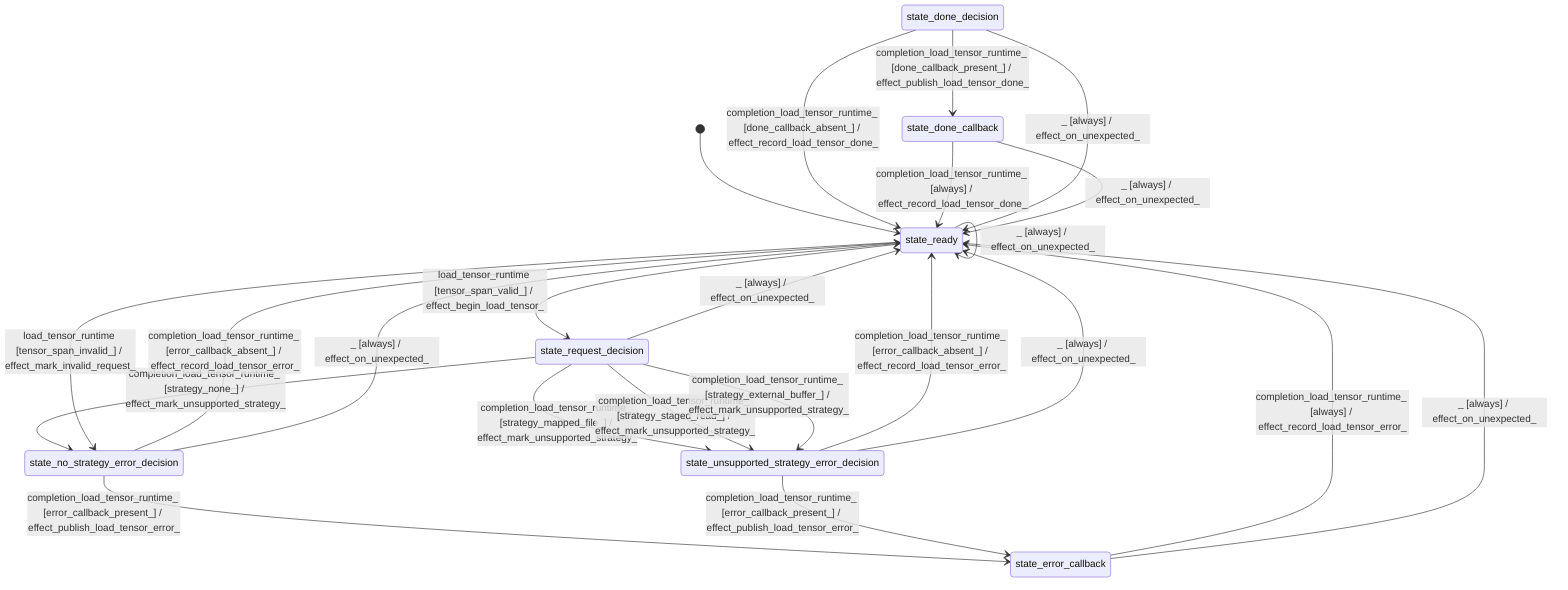
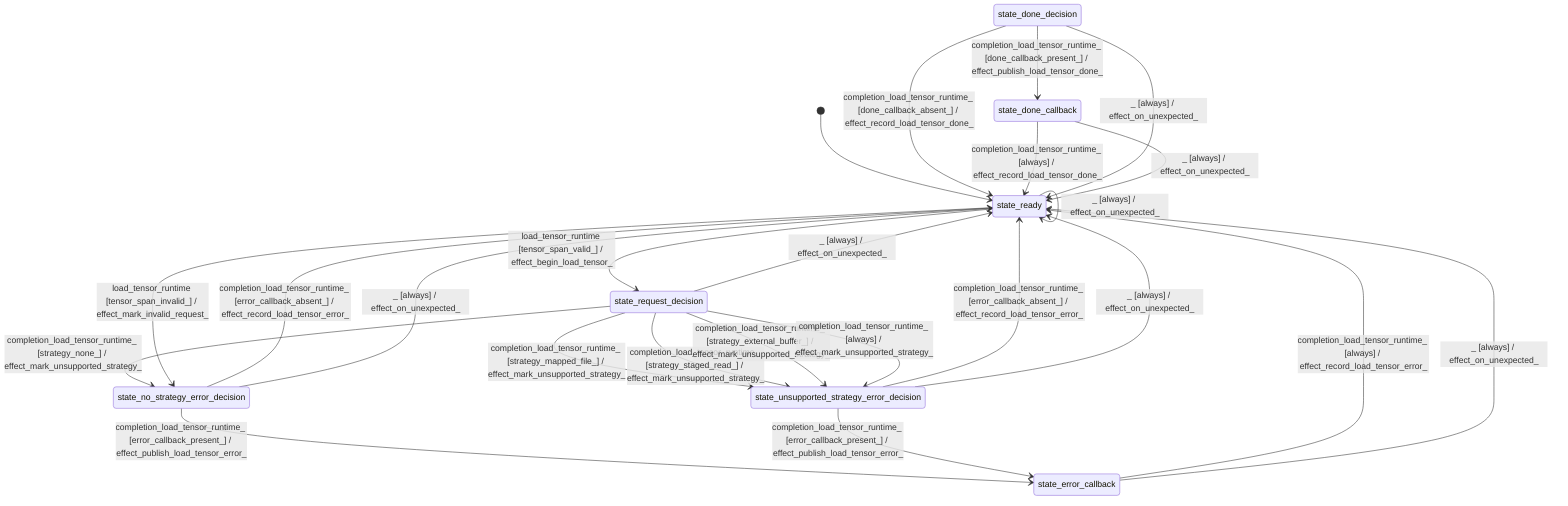
stateDiagram-v2
  direction TB
  [*] --> state_ready
  state_ready --> state_request_decision : load_tensor_runtime [tensor_span_valid_] / effect_begin_load_tensor_
  state_request_decision --> state_no_strategy_error_decision : completion_load_tensor_runtime_ [strategy_none_] / effect_mark_unsupported_strategy_
  state_request_decision --> state_unsupported_strategy_error_decision : completion_load_tensor_runtime_ [strategy_mapped_file_] / effect_mark_unsupported_strategy_
  state_request_decision --> state_unsupported_strategy_error_decision : completion_load_tensor_runtime_ [strategy_staged_read_] / effect_mark_unsupported_strategy_
  state_request_decision --> state_unsupported_strategy_error_decision : completion_load_tensor_runtime_ [strategy_external_buffer_] / effect_mark_unsupported_strategy_
+   state_request_decision --> state_unsupported_strategy_error_decision : completion_load_tensor_runtime_ [always] / effect_mark_unsupported_strategy_
  state_ready --> state_no_strategy_error_decision : load_tensor_runtime [tensor_span_invalid_] / effect_mark_invalid_request_
  state_done_decision --> state_done_callback : completion_load_tensor_runtime_ [done_callback_present_] / effect_publish_load_tensor_done_
  state_done_decision --> state_ready : completion_load_tensor_runtime_ [done_callback_absent_] / effect_record_load_tensor_done_
  state_done_callback --> state_ready : completion_load_tensor_runtime_ [always] / effect_record_load_tensor_done_
  state_no_strategy_error_decision --> state_error_callback : completion_load_tensor_runtime_ [error_callback_present_] / effect_publish_load_tensor_error_
  state_no_strategy_error_decision --> state_ready : completion_load_tensor_runtime_ [error_callback_absent_] / effect_record_load_tensor_error_
  state_unsupported_strategy_error_decision --> state_error_callback : completion_load_tensor_runtime_ [error_callback_present_] / effect_publish_load_tensor_error_
  state_unsupported_strategy_error_decision --> state_ready : completion_load_tensor_runtime_ [error_callback_absent_] / effect_record_load_tensor_error_
  state_error_callback --> state_ready : completion_load_tensor_runtime_ [always] / effect_record_load_tensor_error_
  state_ready --> state_ready : _ [always] / effect_on_unexpected_
  state_request_decision --> state_ready : _ [always] / effect_on_unexpected_
  state_no_strategy_error_decision --> state_ready : _ [always] / effect_on_unexpected_
  state_unsupported_strategy_error_decision --> state_ready : _ [always] / effect_on_unexpected_
  state_error_callback --> state_ready : _ [always] / effect_on_unexpected_
  state_done_decision --> state_ready : _ [always] / effect_on_unexpected_
  state_done_callback --> state_ready : _ [always] / effect_on_unexpected_
